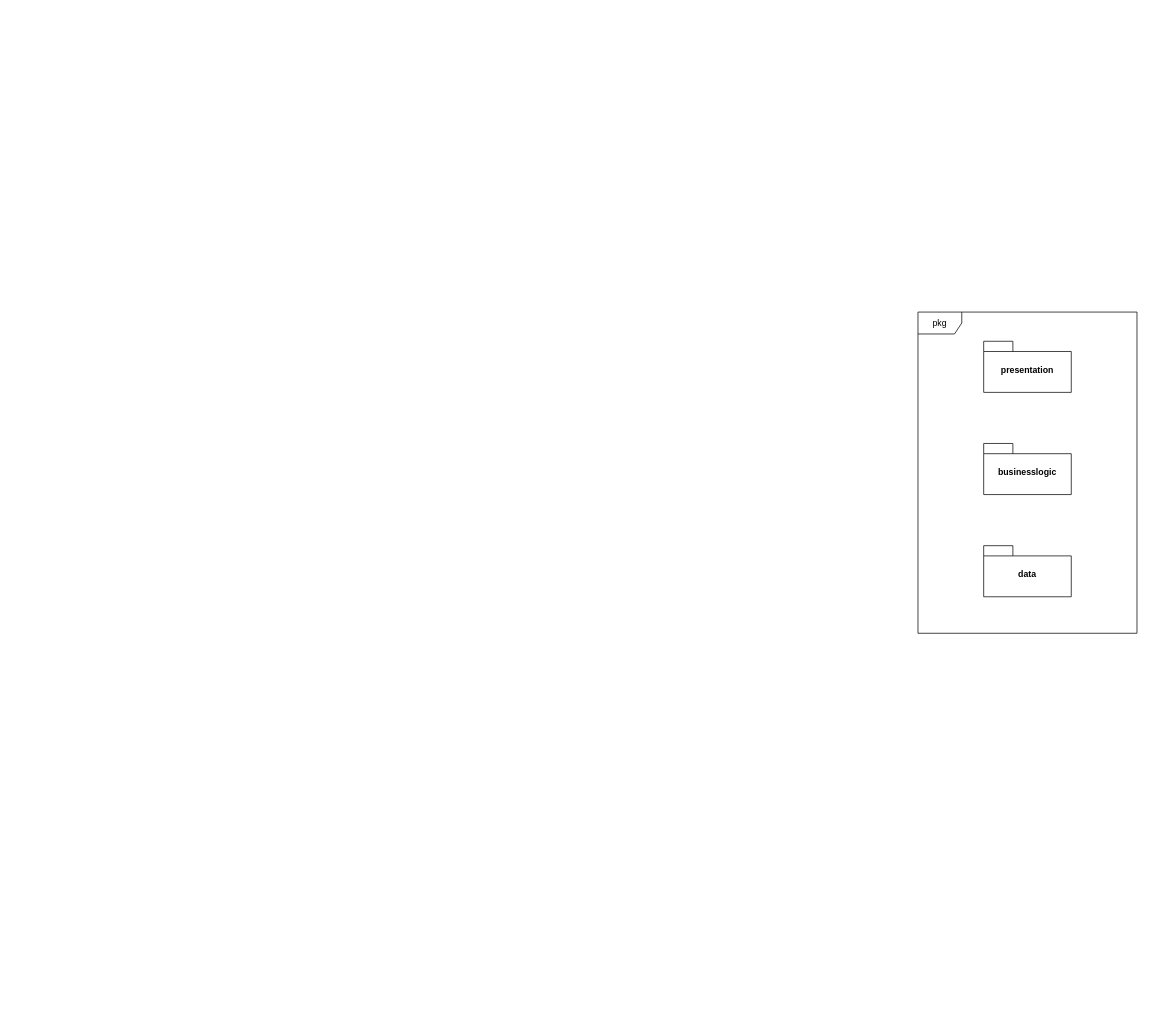
Before: page "Page-1" (1 of 2) of 开发包客户端.drawio in Bernard203/Bernard203.github.io, a draw.io diagram. Source tidied: cells renumbered, new cells numbered last; positions are measured from the earlier drawing's top-left corner, leaving out a move shared by most shapes. Both pictures are drawn from the tidied source at 73%, with x=0, y=0 at pixel (918, 312).
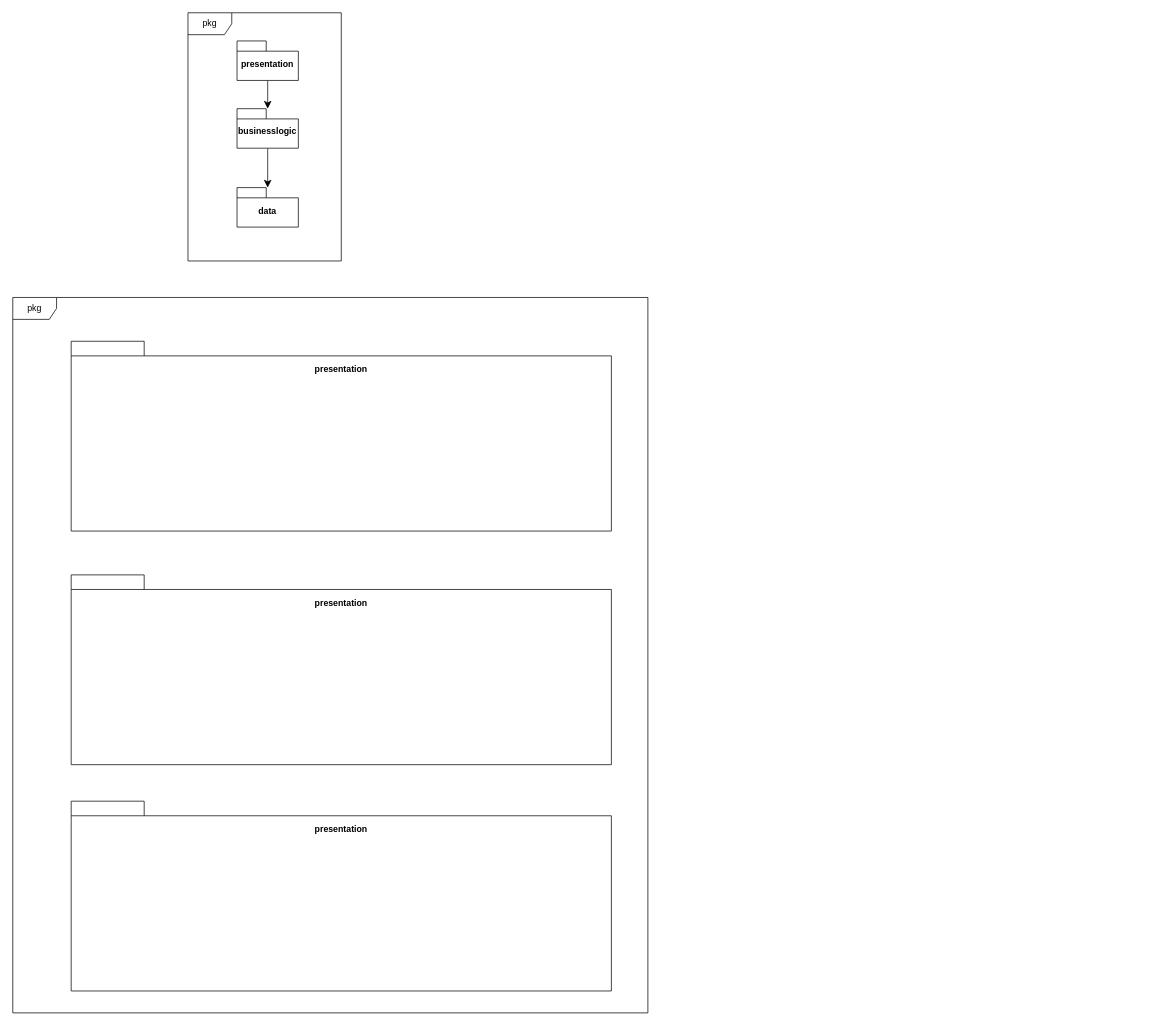
Above is the later version.

Commit message (it also covers changes not shown here):
更新开发包客户端.drawio

What changed in the source:
```diff
@@
 <mxGraphModel>
   <root>
     <mxCell id="0" />
     <mxCell id="1" parent="0" />
+    <mxCell id="6" style="group;" parent="1" vertex="1">
+      <mxGeometry x="-1000" y="-410" width="210" height="340" as="geometry" />
+    </mxCell>
+    <mxCell id="7" style="edgeStyle=none;curved=1;rounded=0;jettySize=auto;html=1;fontSize=12;startSize=8;endSize=8;" parent="6" edge="1" source="2" target="5">
+      <mxGeometry relative="1" as="geometry" />
+    </mxCell>
-    <mxCell id="2" value="&lt;div&gt;presentation&lt;/div&gt;" style="shape=folder;fontStyle=1;spacingTop=10;tabWidth=40;tabHeight=14;tabPosition=left;html=1;whiteSpace=wrap;" parent="1" vertex="1">
-      <mxGeometry x="90" y="40" width="120" height="70" as="geometry" />
+    <mxCell id="2" value="&lt;div&gt;presentation&lt;/div&gt;" style="shape=folder;fontStyle=1;spacingTop=10;tabWidth=40;tabHeight=14;tabPosition=left;html=1;whiteSpace=wrap;" parent="6" vertex="1">
+      <mxGeometry x="67.2" y="38.6" width="84" height="54.1" as="geometry" />
     </mxCell>
-    <mxCell id="3" value="pkg" style="shape=umlFrame;whiteSpace=wrap;html=1;" parent="1" vertex="1">
-      <mxGeometry width="300" height="440" as="geometry" />
-    </mxCell>
+    <mxCell id="8" value="pkg" style="shape=umlFrame;whiteSpace=wrap;html=1;" parent="6" vertex="1">
+      <mxGeometry width="210" height="340" as="geometry" />
+    </mxCell>
-    <mxCell id="4" value="data" style="shape=folder;fontStyle=1;spacingTop=10;tabWidth=40;tabHeight=14;tabPosition=left;html=1;whiteSpace=wrap;" parent="1" vertex="1">
-      <mxGeometry x="90" y="320" width="120" height="70" as="geometry" />
+    <mxCell id="4" value="data" style="shape=folder;fontStyle=1;spacingTop=10;tabWidth=40;tabHeight=14;tabPosition=left;html=1;whiteSpace=wrap;" parent="6" vertex="1">
+      <mxGeometry x="67.2" y="239.5" width="84" height="54.1" as="geometry" />
     </mxCell>
+    <mxCell id="9" style="edgeStyle=none;curved=1;rounded=0;jettySize=auto;html=1;fontSize=12;startSize=8;endSize=8;" parent="6" edge="1" source="5" target="4">
+      <mxGeometry relative="1" as="geometry" />
+    </mxCell>
-    <mxCell id="5" value="businesslogic" style="shape=folder;fontStyle=1;spacingTop=10;tabWidth=40;tabHeight=14;tabPosition=left;html=1;whiteSpace=wrap;" parent="1" vertex="1">
-      <mxGeometry x="90" y="180" width="120" height="70" as="geometry" />
+    <mxCell id="5" value="businesslogic" style="shape=folder;fontStyle=1;spacingTop=10;tabWidth=40;tabHeight=14;tabPosition=left;html=1;whiteSpace=wrap;" parent="6" vertex="1">
+      <mxGeometry x="67.2" y="131.4" width="84" height="54.1" as="geometry" />
     </mxCell>
+    <mxCell id="10" value="pkg" style="shape=umlFrame;whiteSpace=wrap;html=1;" parent="1" vertex="1">
+      <mxGeometry x="-1240" y="-20" width="870" height="980" as="geometry" />
+    </mxCell>
+    <mxCell id="11" value="&lt;div&gt;presentation&lt;/div&gt;" style="shape=folder;fontStyle=1;spacingTop=25;tabWidth=100;tabHeight=20;tabPosition=left;html=1;whiteSpace=wrap;labelPosition=center;verticalLabelPosition=middle;align=center;verticalAlign=top;horizontal=1;" parent="1" vertex="1">
+      <mxGeometry x="-1160" y="40" width="740" height="260" as="geometry" />
+    </mxCell>
+    <mxCell id="12" value="&lt;div&gt;presentation&lt;/div&gt;" style="shape=folder;fontStyle=1;spacingTop=25;tabWidth=100;tabHeight=20;tabPosition=left;html=1;whiteSpace=wrap;labelPosition=center;verticalLabelPosition=middle;align=center;verticalAlign=top;horizontal=1;" parent="1" vertex="1">
+      <mxGeometry x="-1160" y="360" width="740" height="260" as="geometry" />
+    </mxCell>
+    <mxCell id="13" value="&lt;div&gt;presentation&lt;/div&gt;" style="shape=folder;fontStyle=1;spacingTop=25;tabWidth=100;tabHeight=20;tabPosition=left;html=1;whiteSpace=wrap;labelPosition=center;verticalLabelPosition=middle;align=center;verticalAlign=top;horizontal=1;" parent="1" vertex="1">
+      <mxGeometry x="-1160" y="670" width="740" height="260" as="geometry" />
+    </mxCell>
   </root>
 </mxGraphModel>
```
